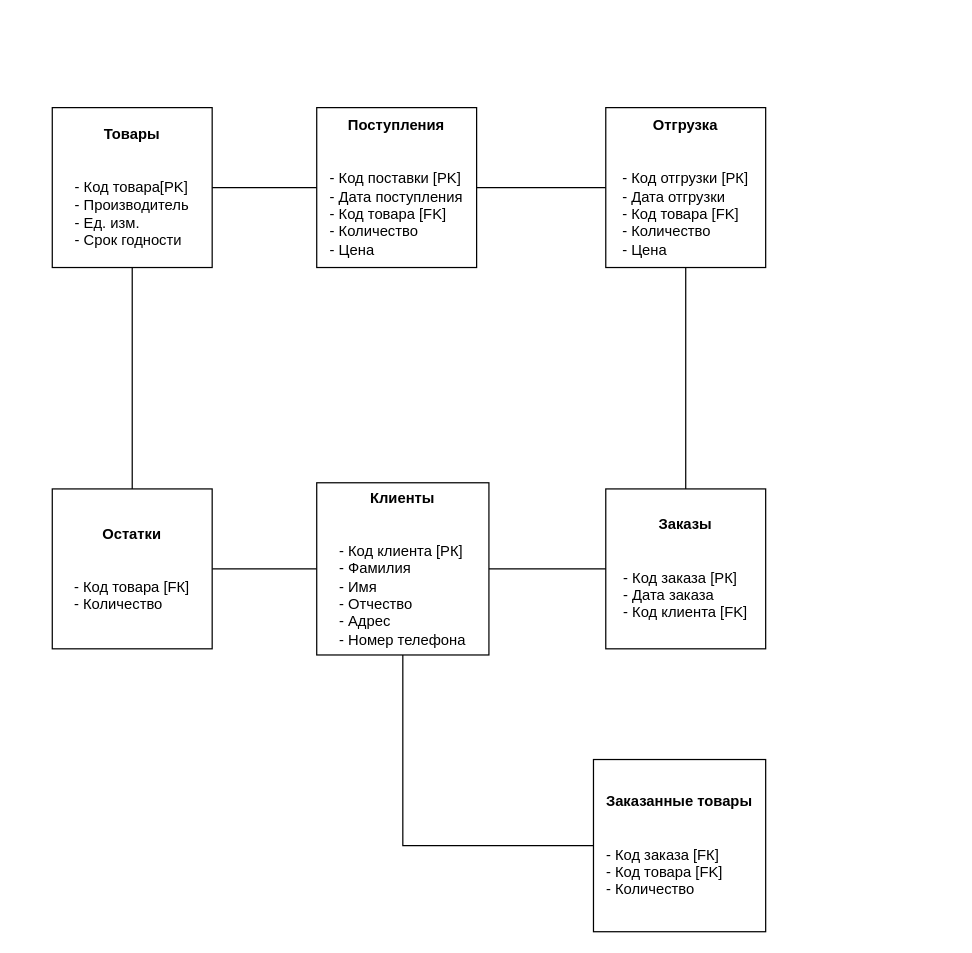
Unti1/DSTU-study keeps this draw.io diagram as Диаграмма без названия.drawio. Above is the earlier version. Source tidied: cells renumbered, new cells numbered last; positions are measured from the earlier drawing's top-left corner, leaving out a move shared by most shapes. Both pictures are drawn from the tidied source at 123%, with x=0, y=0 at pixel (52, 107).
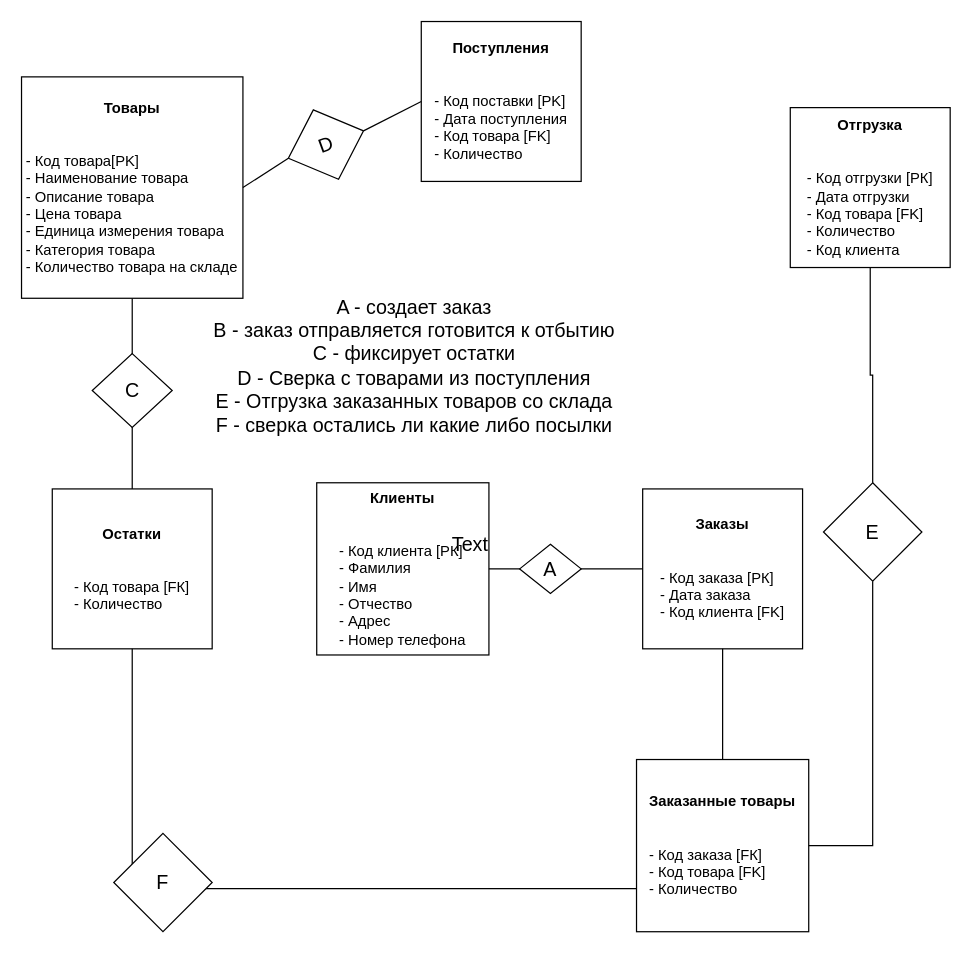
The same page after the edit.

The change refers to these unchanged cells:
```xml
<mxCell id="11" value="&lt;b&gt;Остатки&lt;/b&gt;&lt;br&gt;&lt;div style=&quot;text-align: justify;&quot;&gt;&lt;span style=&quot;background-color: initial;&quot;&gt;&lt;br&gt;&lt;/span&gt;&lt;/div&gt;&lt;div style=&quot;text-align: justify;&quot;&gt;&lt;span style=&quot;background-color: initial;&quot;&gt;&lt;br&gt;&lt;/span&gt;&lt;/div&gt;&lt;div style=&quot;text-align: justify;&quot;&gt;&lt;span style=&quot;background-color: initial;&quot;&gt;- Код товара [FК]&lt;/span&gt;&lt;/div&gt;&lt;div style=&quot;text-align: justify;&quot;&gt;&lt;span style=&quot;background-color: initial;&quot;&gt;- Количество&lt;/span&gt;&lt;/div&gt;" style="whiteSpace=wrap;html=1;" parent="1" vertex="1">
  <mxGeometry y="310" width="130" height="130" as="geometry" />
</mxCell>
<mxCell id="12" value="&lt;b&gt;Клиенты&lt;/b&gt;&lt;br&gt;&lt;div style=&quot;text-align: justify;&quot;&gt;&lt;span style=&quot;background-color: initial;&quot;&gt;&lt;br&gt;&lt;/span&gt;&lt;/div&gt;&lt;div style=&quot;text-align: justify;&quot;&gt;&lt;span style=&quot;background-color: initial;&quot;&gt;&lt;br&gt;&lt;/span&gt;&lt;/div&gt;&lt;div style=&quot;text-align: justify;&quot;&gt;&lt;span style=&quot;background-color: initial;&quot;&gt;- Код клиента [РК]&lt;/span&gt;&lt;/div&gt;&lt;div style=&quot;text-align: justify;&quot;&gt;&lt;span style=&quot;background-color: initial;&quot;&gt;- Фамилия&amp;nbsp;&lt;/span&gt;&lt;/div&gt;&lt;div style=&quot;text-align: justify;&quot;&gt;&lt;span style=&quot;background-color: initial;&quot;&gt;- Имя&lt;/span&gt;&lt;/div&gt;&lt;div style=&quot;text-align: justify;&quot;&gt;&lt;span style=&quot;background-color: initial;&quot;&gt;- Отчество&lt;/span&gt;&lt;/div&gt;&lt;div style=&quot;text-align: justify;&quot;&gt;&lt;span style=&quot;background-color: initial;&quot;&gt;- Адрес&lt;/span&gt;&lt;/div&gt;&lt;div style=&quot;text-align: justify;&quot;&gt;- Номер телефона&lt;/div&gt;" style="whiteSpace=wrap;html=1;" parent="1" vertex="1">
  <mxGeometry x="215" y="305" width="140" height="140" as="geometry" />
</mxCell>
```

Diff of the diagram source:
```diff
@@
-    <mxCell id="3" style="endArrow=none;html=1;rounded=0;entryX=1;entryY=0.5;entryDx=0;entryDy=0;exitX=0;exitY=0.5;exitDx=0;exitDy=0;" parent="1" edge="1" source="12" target="11">
-      <mxGeometry relative="1" as="geometry" />
-    </mxCell>
-    <mxCell id="4" style="endArrow=none;html=1;rounded=0;exitX=0.5;exitY=0;exitDx=0;exitDy=0;entryX=0.5;entryY=1;entryDx=0;entryDy=0;" parent="1" edge="1" source="10" target="8">
+    <mxCell id="4" style="endArrow=none;html=1;rounded=0;entryX=0.5;entryY=1;entryDx=0;entryDy=0;exitX=0.5;exitY=0;exitDx=0;exitDy=0;edgeStyle=orthogonalEdgeStyle;" parent="1" edge="1" source="25" target="8">
       <mxGeometry relative="1" as="geometry" />
     </mxCell>
-    <mxCell id="5" style="endArrow=none;html=1;rounded=0;entryX=0;entryY=0.5;entryDx=0;entryDy=0;exitX=1;exitY=0.5;exitDx=0;exitDy=0;" parent="1" edge="1" source="6" target="8">
-      <mxGeometry relative="1" as="geometry" />
-    </mxCell>
-    <mxCell id="6" value="&lt;b&gt;Поступления&lt;/b&gt;&lt;br&gt;&lt;div style=&quot;text-align: justify;&quot;&gt;&lt;span style=&quot;background-color: initial;&quot;&gt;&lt;br&gt;&lt;/span&gt;&lt;/div&gt;&lt;div style=&quot;text-align: justify;&quot;&gt;&lt;span style=&quot;background-color: initial;&quot;&gt;&lt;br&gt;&lt;/span&gt;&lt;/div&gt;&lt;div style=&quot;text-align: justify;&quot;&gt;&lt;span style=&quot;background-color: initial;&quot;&gt;- Код поставки [PK]&lt;/span&gt;&lt;/div&gt;&lt;div style=&quot;text-align: justify;&quot;&gt;&lt;span style=&quot;background-color: initial;&quot;&gt;- Дата поступления&lt;/span&gt;&lt;/div&gt;&lt;div style=&quot;text-align: justify;&quot;&gt;&lt;span style=&quot;background-color: initial;&quot;&gt;- Код товара [FK]&lt;/span&gt;&lt;/div&gt;&lt;div style=&quot;text-align: justify;&quot;&gt;&lt;span style=&quot;background-color: initial;&quot;&gt;- Количество&lt;/span&gt;&lt;/div&gt;&lt;div style=&quot;text-align: justify;&quot;&gt;&lt;span style=&quot;background-color: initial;&quot;&gt;- Цена&lt;/span&gt;&lt;/div&gt;" style="whiteSpace=wrap;html=1;" parent="1" vertex="1">
-      <mxGeometry x="215" width="130" height="130" as="geometry" />
+    <mxCell id="6" value="&lt;b&gt;Поступления&lt;/b&gt;&lt;br&gt;&lt;div style=&quot;text-align: justify;&quot;&gt;&lt;span style=&quot;background-color: initial;&quot;&gt;&lt;br&gt;&lt;/span&gt;&lt;/div&gt;&lt;div style=&quot;text-align: justify;&quot;&gt;&lt;span style=&quot;background-color: initial;&quot;&gt;&lt;br&gt;&lt;/span&gt;&lt;/div&gt;&lt;div style=&quot;text-align: justify;&quot;&gt;&lt;span style=&quot;background-color: initial;&quot;&gt;- Код поставки [PK]&lt;/span&gt;&lt;/div&gt;&lt;div style=&quot;text-align: justify;&quot;&gt;&lt;span style=&quot;background-color: initial;&quot;&gt;- Дата поступления&lt;/span&gt;&lt;/div&gt;&lt;div style=&quot;text-align: justify;&quot;&gt;&lt;span style=&quot;background-color: initial;&quot;&gt;- Код товара [FK]&lt;/span&gt;&lt;/div&gt;&lt;div style=&quot;text-align: justify;&quot;&gt;&lt;span style=&quot;background-color: initial;&quot;&gt;- Количество&lt;/span&gt;&lt;/div&gt;" style="whiteSpace=wrap;html=1;" parent="1" vertex="1">
+      <mxGeometry x="300" y="-70" width="130" height="130" as="geometry" />
     </mxCell>
-    <mxCell id="7" value="&lt;b&gt;Товары&lt;/b&gt;&lt;br&gt;&lt;div style=&quot;text-align: justify;&quot;&gt;&lt;span style=&quot;background-color: initial;&quot;&gt;&lt;br&gt;&lt;/span&gt;&lt;/div&gt;&lt;div style=&quot;text-align: justify;&quot;&gt;&lt;span style=&quot;background-color: initial;&quot;&gt;&lt;br&gt;&lt;/span&gt;&lt;/div&gt;&lt;div style=&quot;text-align: justify;&quot;&gt;&lt;span style=&quot;background-color: initial;&quot;&gt;- Код товара[PK]&lt;/span&gt;&lt;/div&gt;&lt;div style=&quot;text-align: justify;&quot;&gt;&lt;span style=&quot;background-color: initial;&quot;&gt;- Производитель&lt;/span&gt;&lt;/div&gt;&lt;div style=&quot;text-align: justify;&quot;&gt;&lt;span style=&quot;background-color: initial;&quot;&gt;- Ед. изм.&lt;/span&gt;&lt;/div&gt;&lt;div style=&quot;text-align: justify;&quot;&gt;&lt;span style=&quot;background-color: initial;&quot;&gt;- Срок годности&lt;/span&gt;&lt;/div&gt;" style="whiteSpace=wrap;html=1;" parent="1" vertex="1">
-      <mxGeometry width="130" height="130" as="geometry" />
+    <mxCell id="7" value="&lt;b&gt;Товары&lt;/b&gt;&lt;br&gt;&lt;div style=&quot;text-align: justify;&quot;&gt;&lt;span style=&quot;background-color: initial;&quot;&gt;&lt;br&gt;&lt;/span&gt;&lt;/div&gt;&lt;div style=&quot;text-align: justify;&quot;&gt;&lt;span style=&quot;background-color: initial;&quot;&gt;&lt;br&gt;&lt;/span&gt;&lt;/div&gt;&lt;div style=&quot;text-align: justify;&quot;&gt;&lt;span style=&quot;background-color: initial;&quot;&gt;- Код товара[PK]&lt;/span&gt;&lt;/div&gt;&lt;div style=&quot;text-align: justify;&quot;&gt;&lt;span style=&quot;background-color: initial;&quot;&gt;-&amp;nbsp;&lt;/span&gt;Наименование товара&lt;/div&gt;&lt;div style=&quot;text-align: justify;&quot;&gt;- Описание товара&lt;/div&gt;&lt;div style=&quot;text-align: justify;&quot;&gt;- Цена товара&lt;/div&gt;&lt;div style=&quot;text-align: justify;&quot;&gt;- Единица измерения товара&lt;/div&gt;&lt;div style=&quot;text-align: justify;&quot;&gt;- Категория товара&lt;/div&gt;&lt;div style=&quot;text-align: justify;&quot;&gt;- Количество товара на складе&lt;/div&gt;" style="whiteSpace=wrap;html=1;" parent="1" vertex="1">
+      <mxGeometry x="-25" y="-25" width="180" height="180" as="geometry" />
     </mxCell>
-    <mxCell id="8" value="&lt;b&gt;Отгрузка&lt;/b&gt;&lt;br&gt;&lt;div style=&quot;text-align: justify;&quot;&gt;&lt;span style=&quot;background-color: initial;&quot;&gt;&lt;br&gt;&lt;/span&gt;&lt;/div&gt;&lt;div style=&quot;text-align: justify;&quot;&gt;&lt;span style=&quot;background-color: initial;&quot;&gt;&lt;br&gt;&lt;/span&gt;&lt;/div&gt;&lt;div style=&quot;text-align: justify;&quot;&gt;&lt;span style=&quot;background-color: initial;&quot;&gt;- Код отгрузки [РК]&lt;/span&gt;&lt;/div&gt;&lt;div style=&quot;text-align: justify;&quot;&gt;&lt;span style=&quot;background-color: initial;&quot;&gt;- Дата отгрузки&lt;/span&gt;&lt;/div&gt;&lt;div style=&quot;text-align: justify;&quot;&gt;&lt;span style=&quot;background-color: initial;&quot;&gt;- Код товара [FK]&lt;/span&gt;&lt;/div&gt;&lt;div style=&quot;text-align: justify;&quot;&gt;&lt;span style=&quot;background-color: initial;&quot;&gt;- Количество&lt;/span&gt;&lt;/div&gt;&lt;div style=&quot;text-align: justify;&quot;&gt;&lt;span style=&quot;background-color: initial;&quot;&gt;- Цена&lt;/span&gt;&lt;/div&gt;" style="whiteSpace=wrap;html=1;" parent="1" vertex="1">
-      <mxGeometry x="450" width="130" height="130" as="geometry" />
+    <mxCell id="8" value="&lt;b&gt;Отгрузка&lt;/b&gt;&lt;br&gt;&lt;div style=&quot;text-align: justify;&quot;&gt;&lt;span style=&quot;background-color: initial;&quot;&gt;&lt;br&gt;&lt;/span&gt;&lt;/div&gt;&lt;div style=&quot;text-align: justify;&quot;&gt;&lt;span style=&quot;background-color: initial;&quot;&gt;&lt;br&gt;&lt;/span&gt;&lt;/div&gt;&lt;div style=&quot;text-align: justify;&quot;&gt;&lt;span style=&quot;background-color: initial;&quot;&gt;- Код отгрузки [РК]&lt;/span&gt;&lt;/div&gt;&lt;div style=&quot;text-align: justify;&quot;&gt;&lt;span style=&quot;background-color: initial;&quot;&gt;- Дата отгрузки&lt;/span&gt;&lt;/div&gt;&lt;div style=&quot;text-align: justify;&quot;&gt;&lt;span style=&quot;background-color: initial;&quot;&gt;- Код товара [FK]&lt;/span&gt;&lt;/div&gt;&lt;div style=&quot;text-align: justify;&quot;&gt;&lt;span style=&quot;background-color: initial;&quot;&gt;- Количество&lt;/span&gt;&lt;/div&gt;&lt;div style=&quot;text-align: justify;&quot;&gt;&lt;span style=&quot;background-color: initial;&quot;&gt;- Код клиента&lt;/span&gt;&lt;/div&gt;" style="whiteSpace=wrap;html=1;" parent="1" vertex="1">
+      <mxGeometry x="600" width="130" height="130" as="geometry" />
     </mxCell>
-    <mxCell id="9" style="endArrow=none;html=1;rounded=0;entryX=0;entryY=0.5;entryDx=0;entryDy=0;exitX=1;exitY=0.5;exitDx=0;exitDy=0;" parent="1" edge="1" source="7" target="6">
+    <mxCell id="9" style="endArrow=none;html=1;rounded=0;entryX=0;entryY=0.5;entryDx=0;entryDy=0;exitX=1;exitY=0.5;exitDx=0;exitDy=0;" parent="1" edge="1" source="21" target="6">
       <mxGeometry relative="1" as="geometry" />
     </mxCell>
     <mxCell id="10" value="&lt;b&gt;Заказы&lt;/b&gt;&lt;br&gt;&lt;div style=&quot;text-align: justify;&quot;&gt;&lt;span style=&quot;background-color: initial;&quot;&gt;&lt;br&gt;&lt;/span&gt;&lt;/div&gt;&lt;div style=&quot;text-align: justify;&quot;&gt;&lt;span style=&quot;background-color: initial;&quot;&gt;&lt;br&gt;&lt;/span&gt;&lt;/div&gt;&lt;div style=&quot;text-align: justify;&quot;&gt;&lt;span style=&quot;background-color: initial;&quot;&gt;- Код заказа [РК]&lt;/span&gt;&lt;/div&gt;&lt;div style=&quot;text-align: justify;&quot;&gt;&lt;span style=&quot;background-color: initial;&quot;&gt;- Дата заказа&lt;/span&gt;&lt;/div&gt;&lt;div style=&quot;text-align: justify;&quot;&gt;&lt;span style=&quot;background-color: initial;&quot;&gt;- Код клиента [FK]&lt;/span&gt;&lt;/div&gt;" style="whiteSpace=wrap;html=1;" parent="1" vertex="1">
-      <mxGeometry x="450" y="310" width="130" height="130" as="geometry" />
+      <mxGeometry x="480" y="310" width="130" height="130" as="geometry" />
     </mxCell>
@@
     <mxCell id="14" value="&lt;b&gt;Заказанные товары&lt;/b&gt;&lt;br&gt;&lt;div style=&quot;text-align: justify;&quot;&gt;&lt;span style=&quot;background-color: initial;&quot;&gt;&lt;br&gt;&lt;/span&gt;&lt;/div&gt;&lt;div style=&quot;text-align: justify;&quot;&gt;&lt;span style=&quot;background-color: initial;&quot;&gt;&lt;br&gt;&lt;/span&gt;&lt;/div&gt;&lt;div style=&quot;text-align: justify;&quot;&gt;&lt;span style=&quot;background-color: initial;&quot;&gt;- Код заказа [FК]&lt;/span&gt;&lt;/div&gt;&lt;div style=&quot;text-align: justify;&quot;&gt;&lt;span style=&quot;background-color: initial;&quot;&gt;- Код товара [FK]&lt;br&gt;&lt;/span&gt;&lt;/div&gt;&lt;div style=&quot;text-align: justify;&quot;&gt;&lt;span style=&quot;background-color: initial;&quot;&gt;- Количество&lt;/span&gt;&lt;/div&gt;" style="whiteSpace=wrap;html=1;" parent="1" vertex="1">
-      <mxGeometry x="440" y="530" width="140" height="140" as="geometry" />
+      <mxGeometry x="475" y="530" width="140" height="140" as="geometry" />
     </mxCell>
-    <mxCell id="15" style="endArrow=none;html=1;rounded=0;entryX=0.5;entryY=1;entryDx=0;entryDy=0;exitX=0;exitY=0.5;exitDx=0;exitDy=0;edgeStyle=orthogonalEdgeStyle;" parent="1" edge="1" source="14" target="12">
+    <mxCell id="15" style="endArrow=none;html=1;rounded=0;entryX=0.5;entryY=1;entryDx=0;entryDy=0;exitX=0.5;exitY=0;exitDx=0;exitDy=0;edgeStyle=orthogonalEdgeStyle;" parent="1" edge="1" source="14" target="10">
       <mxGeometry relative="1" as="geometry" />
     </mxCell>
+    <mxCell id="16" style="endArrow=none;html=1;rounded=0;entryX=0;entryY=0.75;entryDx=0;entryDy=0;edgeStyle=orthogonalEdgeStyle;exitX=0.5;exitY=1;exitDx=0;exitDy=0;" parent="1" edge="1" source="11" target="14">
+      <mxGeometry relative="1" as="geometry" />
+    </mxCell>
+    <mxCell id="17" value="A" style="rhombus;whiteSpace=wrap;html=1;fontSize=16;" parent="1" vertex="1">
+      <mxGeometry x="380" y="355" width="50" height="40" as="geometry" />
+    </mxCell>
+    <mxCell id="18" value="Text" style="text;html=1;strokeColor=none;fillColor=none;align=center;verticalAlign=middle;whiteSpace=wrap;rounded=0;fontSize=16;" parent="1" vertex="1">
+      <mxGeometry x="310" y="340" width="60" height="30" as="geometry" />
+    </mxCell>
+    <mxCell id="19" value="A - создает заказ&lt;br&gt;B - заказ отправляется готовится к отбытию&lt;br&gt;С - фиксирует остатки&lt;br&gt;D - Сверка с товарами из поступления&lt;br&gt;E - Отгрузка заказанных товаров со склада&lt;br&gt;F - сверка остались ли какие либо посылки" style="text;html=1;align=center;verticalAlign=middle;strokeColor=none;fillColor=none;fontSize=16;" parent="1" vertex="1">
+      <mxGeometry x="119" y="145" width="350" height="130" as="geometry" />
+    </mxCell>
+    <mxCell id="20" style="endArrow=none;html=1;rounded=0;entryX=0;entryY=0.5;entryDx=0;entryDy=0;exitX=1;exitY=0.5;exitDx=0;exitDy=0;" parent="1" edge="1" source="7" target="21">
+      <mxGeometry relative="1" as="geometry" />
+    </mxCell>
+    <mxCell id="21" value="D" style="rhombus;whiteSpace=wrap;html=1;fontSize=16;rotation=-20;" parent="1" vertex="1">
+      <mxGeometry x="190" width="65" height="60" as="geometry" />
+    </mxCell>
+    <mxCell id="22" value="С" style="rhombus;whiteSpace=wrap;html=1;fontSize=16;" parent="1" vertex="1">
+      <mxGeometry x="32.5" y="200" width="65" height="60" as="geometry" />
+    </mxCell>
+    <mxCell id="23" value="F" style="rhombus;whiteSpace=wrap;html=1;fontSize=16;" parent="1" vertex="1">
+      <mxGeometry x="50" y="590" width="80" height="80" as="geometry" />
+    </mxCell>
+    <mxCell id="24" style="endArrow=none;html=1;rounded=0;entryX=0.5;entryY=1;entryDx=0;entryDy=0;exitX=1;exitY=0.5;exitDx=0;exitDy=0;edgeStyle=orthogonalEdgeStyle;" parent="1" edge="1" source="14" target="25">
+      <mxGeometry relative="1" as="geometry" />
+    </mxCell>
+    <mxCell id="25" value="E" style="rhombus;whiteSpace=wrap;html=1;fontSize=16;" parent="1" vertex="1">
+      <mxGeometry x="627" y="305" width="80" height="80" as="geometry" />
+    </mxCell>
```
